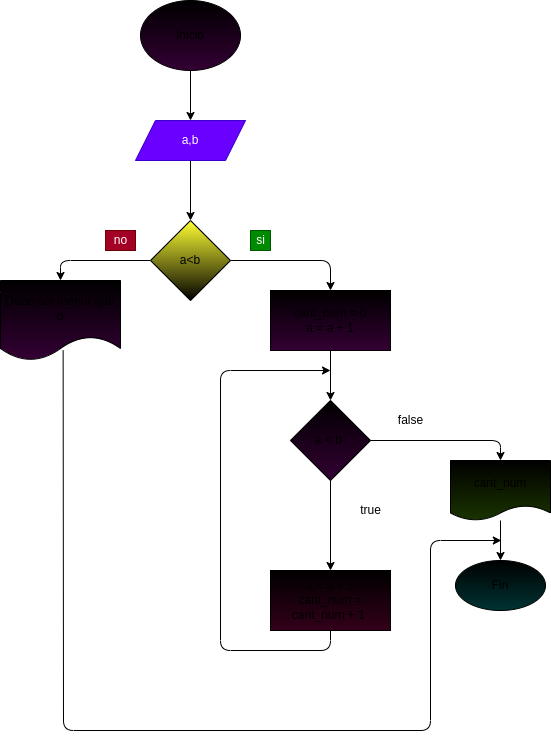
This is ejercicio_1/diagrama.png from Irismenia/ejercicios_while_ciclo, a draw.io export, as it was before one commit. Source tidied: cells renumbered, new cells last; positions are measured from the earlier drawing's top-left corner, leaving out a move shared by most shapes.
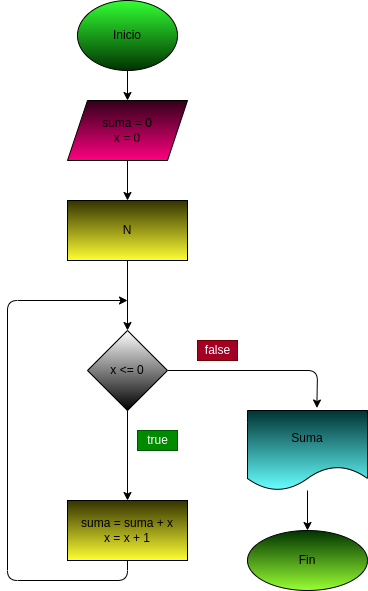
Above is the later version.

What changed in the source:
```diff
@@ -5,102 +5,61 @@
     <mxCell id="2" style="edgeStyle=none;html=1;" parent="1" edge="1" source="3" target="5">
       <mxGeometry relative="1" as="geometry" />
     </mxCell>
-    <mxCell id="3" value="Inicio" style="ellipse;whiteSpace=wrap;html=1;gradientColor=#330033;fillColor=#000000;" parent="1" vertex="1">
+    <mxCell id="3" value="Inicio" style="ellipse;whiteSpace=wrap;html=1;gradientColor=#003300;fillColor=#33FF33;" parent="1" vertex="1">
       <mxGeometry x="140" width="100" height="70" as="geometry" />
     </mxCell>
-    <mxCell id="4" style="edgeStyle=none;html=1;" parent="1" edge="1" source="5" target="8">
-      <mxGeometry relative="1" as="geometry" />
-    </mxCell>
+    <mxCell id="13" style="edgeStyle=none;html=1;" parent="1" edge="1" source="5" target="9">
+      <mxGeometry relative="1" as="geometry" />
+    </mxCell>
-    <mxCell id="5" value="a,b" style="shape=parallelogram;perimeter=parallelogramPerimeter;whiteSpace=wrap;html=1;fixedSize=1;fillColor=#6a00ff;fontColor=#ffffff;strokeColor=#3700CC;" parent="1" vertex="1">
-      <mxGeometry x="135" y="120" width="110" height="40" as="geometry" />
+    <mxCell id="5" value="suma = 0&lt;br&gt;x = 0" style="shape=parallelogram;perimeter=parallelogramPerimeter;whiteSpace=wrap;html=1;fixedSize=1;fillColor=#33001A;gradientColor=#FF0080;" parent="1" vertex="1">
+      <mxGeometry x="130" y="100" width="120" height="60" as="geometry" />
     </mxCell>
-    <mxCell id="6" style="edgeStyle=none;html=1;" parent="1" edge="1" source="8" target="11">
-      <mxGeometry relative="1" as="geometry">
-        <Array as="points">
-          <mxPoint x="330" y="260" />
-        </Array>
-      </mxGeometry>
-    </mxCell>
+    <mxCell id="14" style="edgeStyle=none;html=1;" parent="1" edge="1" source="9" target="7">
+      <mxGeometry relative="1" as="geometry" />
+    </mxCell>
+    <mxCell id="9" value="N&lt;br&gt;" style="whiteSpace=wrap;html=1;gradientColor=#FFFF33;fillColor=#333300;" parent="1" vertex="1">
+      <mxGeometry x="130" y="200" width="120" height="60" as="geometry" />
+    </mxCell>
+    <mxCell id="18" style="edgeStyle=none;html=1;" parent="1" edge="1" source="7" target="15">
+      <mxGeometry relative="1" as="geometry" />
+    </mxCell>
+    <mxCell id="20" style="edgeStyle=none;html=1;entryX=0.578;entryY=-0.031;entryDx=0;entryDy=0;entryPerimeter=0;" parent="1" edge="1" source="7" target="10">
+      <mxGeometry relative="1" as="geometry">
+        <Array as="points">
+          <mxPoint x="380" y="370" />
+        </Array>
+      </mxGeometry>
+    </mxCell>
-    <mxCell id="7" style="edgeStyle=none;html=1;" parent="1" edge="1" source="8" target="13">
-      <mxGeometry relative="1" as="geometry">
-        <Array as="points">
-          <mxPoint x="60" y="260" />
-        </Array>
-      </mxGeometry>
+    <mxCell id="7" value="x &amp;lt;= 0" style="rhombus;whiteSpace=wrap;html=1;gradientColor=#000000;" parent="1" vertex="1">
+      <mxGeometry x="150" y="330" width="80" height="80" as="geometry" />
     </mxCell>
-    <mxCell id="8" value="a&amp;lt;b" style="rhombus;whiteSpace=wrap;html=1;fillColor=#FFFF33;gradientColor=#000000;" parent="1" vertex="1">
-      <mxGeometry x="150" y="220" width="80" height="80" as="geometry" />
-    </mxCell>
-    <mxCell id="9" style="edgeStyle=none;html=1;" parent="1" edge="1" source="11">
-      <mxGeometry relative="1" as="geometry">
-        <mxPoint x="330" y="300" as="targetPoint" />
-      </mxGeometry>
-    </mxCell>
+    <mxCell id="15" value="suma = suma + x&lt;br&gt;x = x + 1" style="whiteSpace=wrap;html=1;fillColor=#333300;gradientColor=#FFFF33;" parent="1" vertex="1">
+      <mxGeometry x="130" y="500" width="120" height="60" as="geometry" />
+    </mxCell>
+    <mxCell id="22" style="edgeStyle=none;html=1;" parent="1" edge="1" source="10" target="16">
+      <mxGeometry relative="1" as="geometry" />
+    </mxCell>
-    <mxCell id="10" style="edgeStyle=none;html=1;" parent="1" edge="1" source="11" target="18">
-      <mxGeometry relative="1" as="geometry" />
+    <mxCell id="10" value="Suma" style="shape=document;whiteSpace=wrap;html=1;boundedLbl=1;gradientColor=#66FFFF;fillColor=#003333;" parent="1" vertex="1">
+      <mxGeometry x="310" y="410" width="120" height="80" as="geometry" />
     </mxCell>
-    <mxCell id="11" value="cant_num = 0&lt;br&gt;a = a + 1" style="whiteSpace=wrap;html=1;gradientColor=#330033;fillColor=#000000;" parent="1" vertex="1">
-      <mxGeometry x="270" y="290" width="120" height="60" as="geometry" />
-    </mxCell>
-    <mxCell id="12" style="edgeStyle=none;html=1;exitX=0.522;exitY=0.875;exitDx=0;exitDy=0;exitPerimeter=0;" parent="1" edge="1" source="13">
-      <mxGeometry relative="1" as="geometry">
-        <mxPoint x="500.8" y="540" as="targetPoint" />
-        <Array as="points">
-          <mxPoint x="63" y="730" />
-          <mxPoint x="430" y="730" />
-          <mxPoint x="430" y="540" />
-        </Array>
-      </mxGeometry>
-    </mxCell>
-    <mxCell id="13" value="Debe ser menor que b" style="shape=document;whiteSpace=wrap;html=1;boundedLbl=1;gradientColor=#330033;fillColor=#000000;" parent="1" vertex="1">
-      <mxGeometry y="280" width="120" height="80" as="geometry" />
-    </mxCell>
-    <mxCell id="14" value="no" style="text;html=1;align=center;verticalAlign=middle;strokeColor=#6F0000;fillColor=#a20025;fontColor=#ffffff;" parent="1" vertex="1">
-      <mxGeometry x="105" y="230" width="30" height="20" as="geometry" />
-    </mxCell>
-    <mxCell id="15" value="si" style="text;html=1;align=center;verticalAlign=middle;points=[];strokeColor=#005700;fillColor=#008a00;fontColor=#ffffff;" parent="1" vertex="1">
-      <mxGeometry x="250" y="230" width="20" height="20" as="geometry" />
-    </mxCell>
-    <mxCell id="16" style="edgeStyle=none;html=1;" parent="1" edge="1" source="18" target="20">
-      <mxGeometry relative="1" as="geometry" />
+    <mxCell id="16" value="Fin" style="ellipse;whiteSpace=wrap;html=1;fillColor=#003300;gradientColor=#99FF33;" parent="1" vertex="1">
+      <mxGeometry x="310" y="530" width="120" height="60" as="geometry" />
     </mxCell>
-    <mxCell id="17" style="edgeStyle=none;html=1;entryX=0.5;entryY=0;entryDx=0;entryDy=0;" parent="1" edge="1" source="18" target="22">
+    <mxCell id="17" style="endArrow=classic;html=1;exitX=0.5;exitY=1;exitDx=0;exitDy=0;" parent="1" edge="1" source="15">
       <mxGeometry relative="1" as="geometry">
+        <mxPoint x="190" y="300" as="targetPoint" />
         <Array as="points">
-          <mxPoint x="500" y="440" />
+          <mxPoint x="190" y="580" />
+          <mxPoint x="70" y="580" />
+          <mxPoint x="70" y="300" />
         </Array>
       </mxGeometry>
     </mxCell>
-    <mxCell id="18" value="a &amp;lt; b&amp;nbsp;" style="rhombus;whiteSpace=wrap;html=1;gradientColor=#330033;fillColor=#000000;" parent="1" vertex="1">
-      <mxGeometry x="290" y="400" width="80" height="80" as="geometry" />
-    </mxCell>
-    <mxCell id="19" style="edgeStyle=none;html=1;exitX=0.5;exitY=1;exitDx=0;exitDy=0;" parent="1" edge="1" source="20">
-      <mxGeometry relative="1" as="geometry">
-        <mxPoint x="330" y="370" as="targetPoint" />
-        <Array as="points">
-          <mxPoint x="330" y="650" />
-          <mxPoint x="220" y="650" />
-          <mxPoint x="220" y="370" />
-        </Array>
-      </mxGeometry>
-    </mxCell>
-    <mxCell id="20" value="a = a + 1&lt;br&gt;cant_num = cant_num + 1&amp;nbsp;" style="whiteSpace=wrap;html=1;fillColor=#000000;gradientColor=#33001A;" parent="1" vertex="1">
-      <mxGeometry x="270" y="570" width="120" height="60" as="geometry" />
-    </mxCell>
+    <mxCell id="23" value="false" style="text;html=1;align=center;verticalAlign=middle;points=[];strokeColor=#6F0000;fillColor=#a20025;fontColor=#ffffff;" parent="1" vertex="1">
+      <mxGeometry x="260" y="340" width="40" height="20" as="geometry" />
+    </mxCell>
-    <mxCell id="21" style="edgeStyle=none;html=1;" parent="1" edge="1" source="22" target="23">
-      <mxGeometry relative="1" as="geometry" />
+    <mxCell id="21" value="true" style="text;html=1;align=center;verticalAlign=middle;strokeColor=#005700;fillColor=#008a00;fontColor=#ffffff;" parent="1" vertex="1">
+      <mxGeometry x="200" y="430" width="40" height="20" as="geometry" />
     </mxCell>
-    <mxCell id="22" value="cant_num" style="shape=document;whiteSpace=wrap;html=1;boundedLbl=1;size=0.25;fillColor=#000000;gradientColor=#1A3300;" parent="1" vertex="1">
-      <mxGeometry x="450" y="460" width="100" height="60" as="geometry" />
-    </mxCell>
-    <mxCell id="23" value="Fin" style="ellipse;whiteSpace=wrap;html=1;fillColor=#000000;gradientColor=#003333;" parent="1" vertex="1">
-      <mxGeometry x="455" y="560" width="90" height="50" as="geometry" />
-    </mxCell>
-    <mxCell id="24" value="true" style="text;html=1;align=center;verticalAlign=middle;strokeColor=none;fillColor=none;" parent="1" vertex="1">
-      <mxGeometry x="350" y="500" width="40" height="20" as="geometry" />
-    </mxCell>
-    <mxCell id="25" value="false" style="text;html=1;align=center;verticalAlign=middle;strokeColor=none;fillColor=none;" parent="1" vertex="1">
-      <mxGeometry x="390" y="410" width="40" height="20" as="geometry" />
-    </mxCell>
   </root>
 </mxGraphModel>
```
